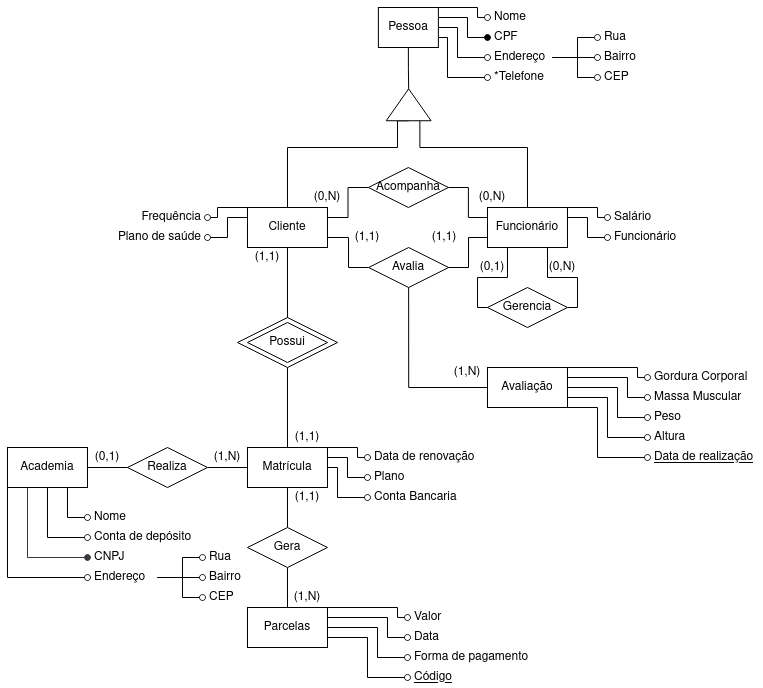
matheus29t/ariana-grande keeps this draw.io diagram as projeto_conceitual.png. Above is the earlier version. Source tidied: cells renumbered, new cells last; positions are measured from the earlier drawing's top-left corner, leaving out a move shared by most shapes.
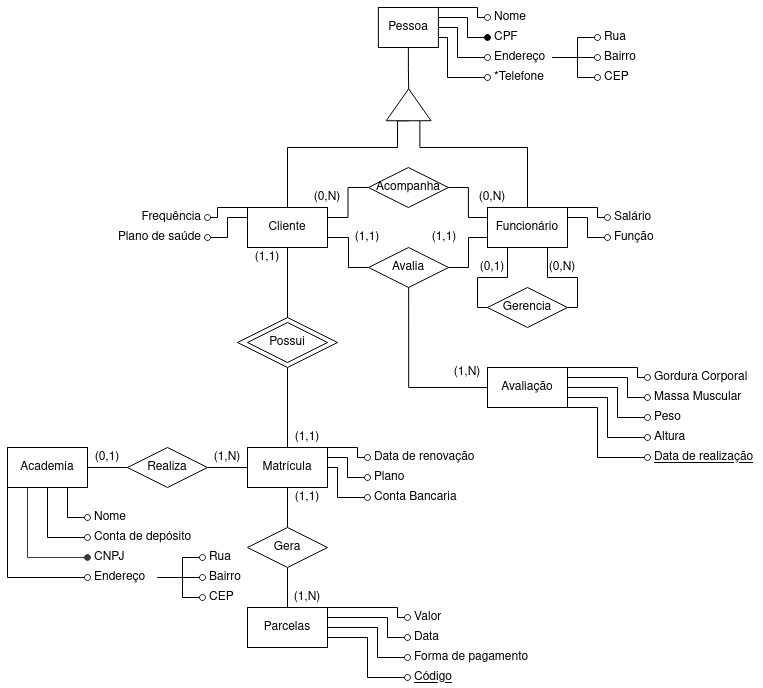
After the change.

Commit message:
reparacao no projeto conceitual

Change to the diagram source:
```diff
@@ -373,8 +373,8 @@
     <mxCell id="64" value="&lt;div align=&quot;left&quot;&gt;Salário&lt;/div&gt;" style="text;html=1;align=left;verticalAlign=middle;" parent="1" vertex="1">
       <mxGeometry x="605" y="200" width="50" height="20" as="geometry" />
     </mxCell>
-    <mxCell id="65" value="&lt;div align=&quot;left&quot;&gt;Funcionário&lt;/div&gt;" style="text;html=1;align=left;verticalAlign=middle;" parent="1" vertex="1">
-      <mxGeometry x="605" y="220" width="80" height="20" as="geometry" />
+    <mxCell id="65" value="&lt;div align=&quot;left&quot;&gt;Função&lt;/div&gt;" style="text;html=1;align=left;verticalAlign=middle;" parent="1" vertex="1">
+      <mxGeometry x="605" y="220" width="60" height="20" as="geometry" />
     </mxCell>
     <mxCell id="66" value="&lt;div align=&quot;left&quot;&gt;Data de renovação&lt;/div&gt;" style="text;html=1;align=left;verticalAlign=middle;" parent="1" vertex="1">
       <mxGeometry x="365" y="440" width="120" height="20" as="geometry" />
```
